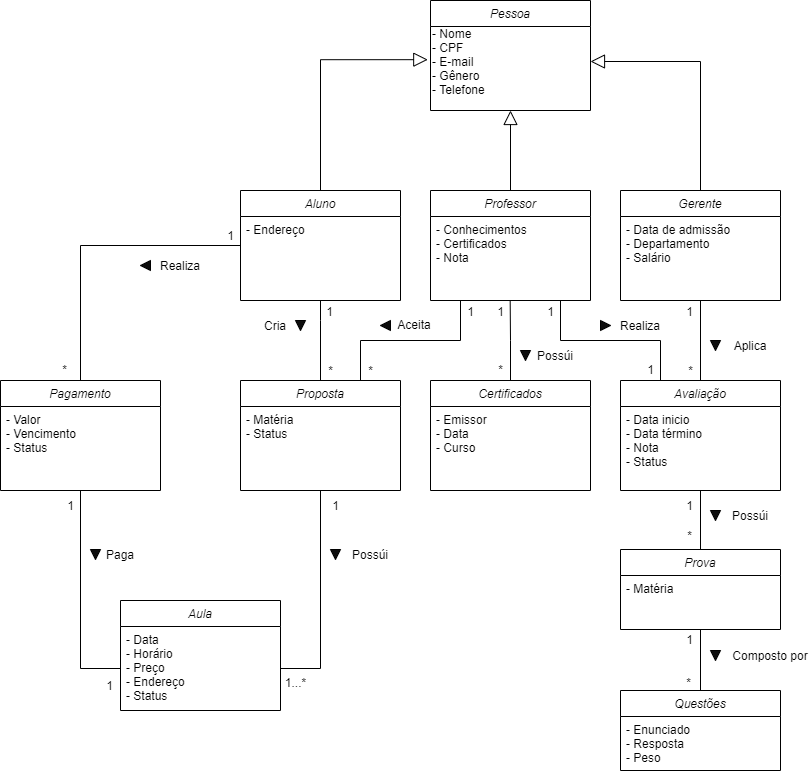
EijiDogen/BrainForHire keeps this draw.io diagram as Diagrama_classe_dominio/diagramadeclassesdedominio.drawio.png. Above is the earlier version. Source tidied: cells renumbered, new cells last; positions are measured from the earlier drawing's top-left corner, leaving out a move shared by most shapes.
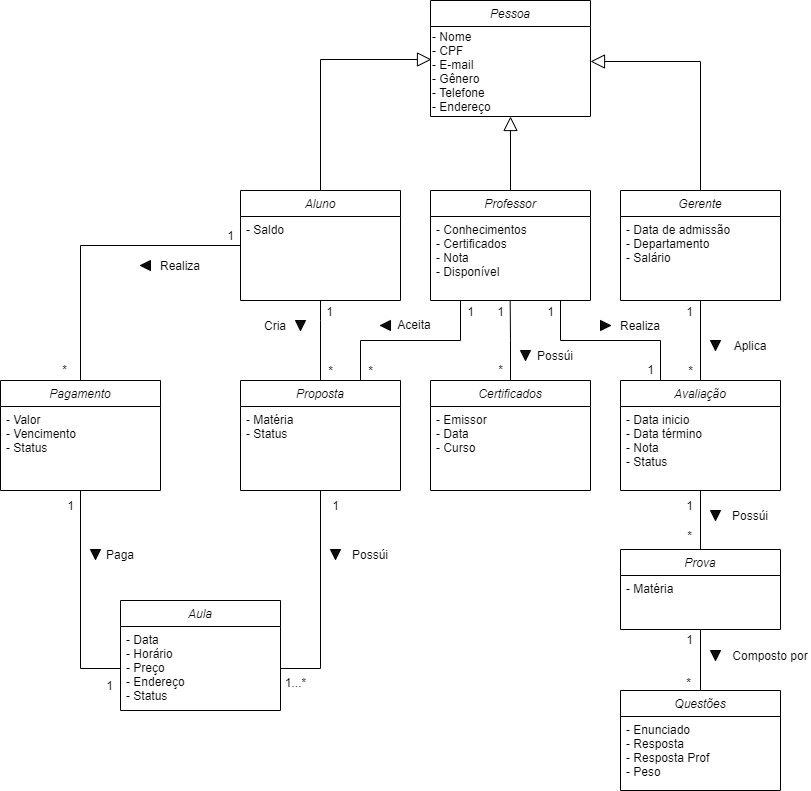
Later version of the same file.

Change to the diagram source:
```diff
@@ -6,13 +6,14 @@
       <mxGeometry x="90" y="539" width="60" height="30" as="geometry" />
     </mxCell>
     <mxCell id="3" value="Pessoa" style="swimlane;fontStyle=2;align=center;verticalAlign=top;horizontal=1;startSize=26;rounded=0;shadow=0;strokeWidth=1;" parent="1" vertex="1">
-      <mxGeometry x="430" width="160" height="110" as="geometry" />
+      <mxGeometry x="430" width="160" height="116" as="geometry" />
     </mxCell>
-    <mxCell id="4" value="- Nome&lt;br&gt;- CPF&lt;br&gt;- E-mail&lt;br&gt;- Gênero&lt;br&gt;- Telefone" style="text;html=1;align=left;verticalAlign=middle;points=[];strokeColor=none;fillColor=none;" parent="3" vertex="1">
-      <mxGeometry y="26" width="160" height="70" as="geometry" />
+    <mxCell id="4" value="- Nome&lt;br&gt;- CPF&lt;br&gt;- E-mail&lt;br&gt;- Gênero&lt;br&gt;- Telefone&lt;br&gt;- Endereço" style="text;html=1;align=left;verticalAlign=middle;points=[];strokeColor=none;fillColor=none;" parent="3" vertex="1">
+      <mxGeometry y="26" width="160" height="90" as="geometry" />
     </mxCell>
-    <mxCell id="5" style="edgeStyle=orthogonalEdgeStyle;rounded=0;jettySize=auto;html=1;exitX=0.5;exitY=0;exitDx=0;exitDy=0;endArrow=block;endFill=0;endSize=12;entryX=-0.017;entryY=0.474;entryDx=0;entryDy=0;entryPerimeter=0;" parent="1" edge="1" source="8" target="4">
+    <mxCell id="5" style="edgeStyle=orthogonalEdgeStyle;rounded=0;jettySize=auto;html=1;exitX=0.5;exitY=0;exitDx=0;exitDy=0;endArrow=block;endFill=0;endSize=12;" parent="1" edge="1" source="8">
       <mxGeometry relative="1" as="geometry">
+        <mxPoint x="431" y="59" as="targetPoint" />
         <Array as="points">
           <mxPoint x="320" y="59" />
         </Array>
@@ -32,8 +33,8 @@
     <mxCell id="8" value="Aluno" style="swimlane;fontStyle=2;align=center;verticalAlign=top;horizontal=1;startSize=26;rounded=0;shadow=0;strokeWidth=1;" parent="1" vertex="1">
       <mxGeometry x="240" y="190" width="160" height="110" as="geometry" />
     </mxCell>
-    <mxCell id="9" value="- Endereço" style="text;align=left;verticalAlign=top;spacingLeft=4;spacingRight=4;overflow=hidden;" parent="8" vertex="1">
-      <mxGeometry y="26" width="160" height="26" as="geometry" />
+    <mxCell id="9" value="- Saldo" style="text;align=left;verticalAlign=top;spacingLeft=4;spacingRight=4;overflow=hidden;" parent="8" vertex="1">
+      <mxGeometry y="26" width="160" height="44" as="geometry" />
     </mxCell>
     <mxCell id="10" style="edgeStyle=orthogonalEdgeStyle;rounded=0;jettySize=auto;html=1;endArrow=block;endFill=0;endSize=12;" parent="1" edge="1" source="12" target="4">
       <mxGeometry relative="1" as="geometry">
@@ -73,7 +74,7 @@
     <mxCell id="17" value="Professor" style="swimlane;fontStyle=2;align=center;verticalAlign=top;horizontal=1;startSize=26;rounded=0;shadow=0;strokeWidth=1;" parent="1" vertex="1">
       <mxGeometry x="430" y="190" width="160" height="110" as="geometry" />
     </mxCell>
-    <mxCell id="18" value="- Conhecimentos&#10;- Certificados&#10;- Nota" style="text;align=left;verticalAlign=top;spacingLeft=4;spacingRight=4;overflow=hidden;points=[[0,0.5],[1,0.5]];portConstraint=eastwest;" parent="17" vertex="1">
+    <mxCell id="18" value="- Conhecimentos&#10;- Certificados&#10;- Nota&#10;- Disponível" style="text;align=left;verticalAlign=top;spacingLeft=4;spacingRight=4;overflow=hidden;points=[[0,0.5],[1,0.5]];portConstraint=eastwest;" parent="17" vertex="1">
       <mxGeometry y="26" width="160" height="84" as="geometry" />
     </mxCell>
     <mxCell id="19" style="edgeStyle=orthogonalEdgeStyle;rounded=0;jettySize=auto;html=1;endArrow=none;endFill=0;entryX=0;entryY=0.5;entryDx=0;entryDy=0;exitX=0.5;exitY=1;exitDx=0;exitDy=0;" parent="1" edge="1" source="20" target="26">
@@ -124,10 +125,10 @@
       <mxGeometry y="26" width="160" height="54" as="geometry" />
     </mxCell>
     <mxCell id="33" value="Questões" style="swimlane;fontStyle=2;align=center;verticalAlign=top;horizontal=1;startSize=26;rounded=0;shadow=0;strokeWidth=1;" parent="1" vertex="1">
-      <mxGeometry x="620" y="690" width="160" height="80" as="geometry" />
+      <mxGeometry x="620" y="690" width="160" height="100" as="geometry" />
     </mxCell>
-    <mxCell id="34" value="- Enunciado&#10;- Resposta&#10;- Peso" style="text;align=left;verticalAlign=top;spacingLeft=4;spacingRight=4;overflow=hidden;" parent="33" vertex="1">
-      <mxGeometry y="26" width="160" height="54" as="geometry" />
+    <mxCell id="34" value="- Enunciado&#10;- Resposta&#10;- Resposta Prof&#10;- Peso" style="text;align=left;verticalAlign=top;spacingLeft=4;spacingRight=4;overflow=hidden;" parent="33" vertex="1">
+      <mxGeometry y="26" width="160" height="64" as="geometry" />
     </mxCell>
     <mxCell id="35" style="edgeStyle=orthogonalEdgeStyle;rounded=0;jettySize=auto;html=1;endArrow=none;endFill=0;endSize=12;entryX=0.498;entryY=1.008;entryDx=0;entryDy=0;entryPerimeter=0;" parent="1" edge="1" source="36" target="18">
       <mxGeometry relative="1" as="geometry" />
```
